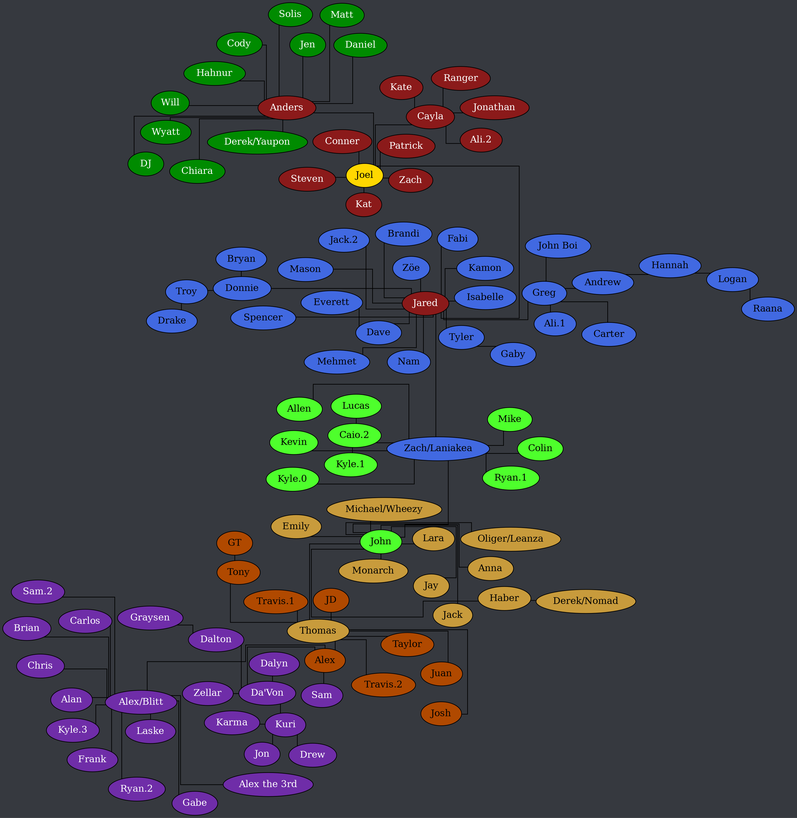
Before: tree.png, a diagram exported from Graphviz (Documidas/CoronaCatzFamilyTree). Its source is kept beside it as tree.dot.
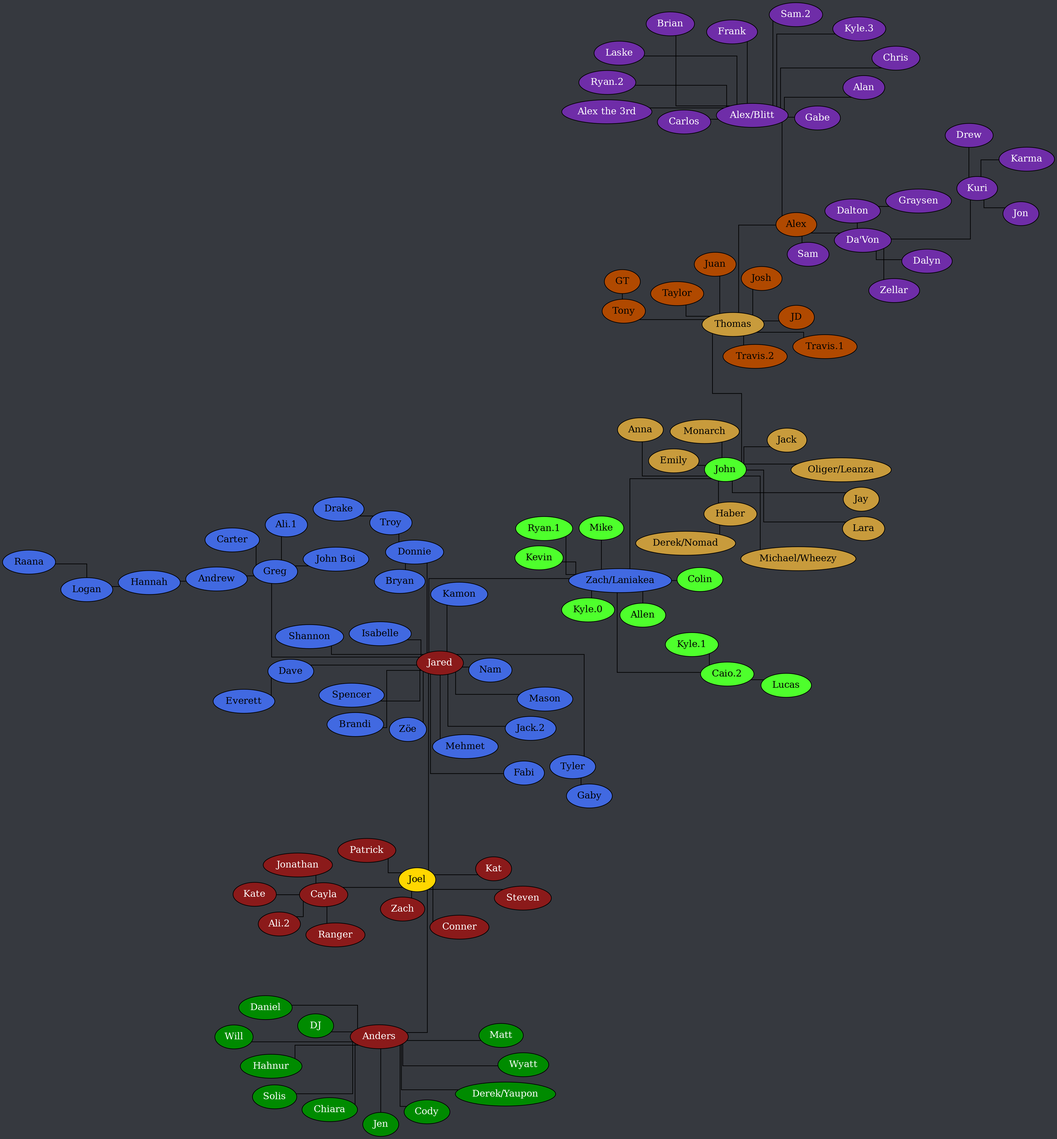
After the change.

The edit, as a diff of the source:
```diff
@@ -68,6 +68,7 @@
 		Jared -- Mason;
 		Jared -- Mehmet;
 		Jared -- Nam;
+		Jared -- Shannon;
 		Jared -- Spencer;
 		Jared -- Tyler;
 		Jared -- "Zach/Laniakea";
```
